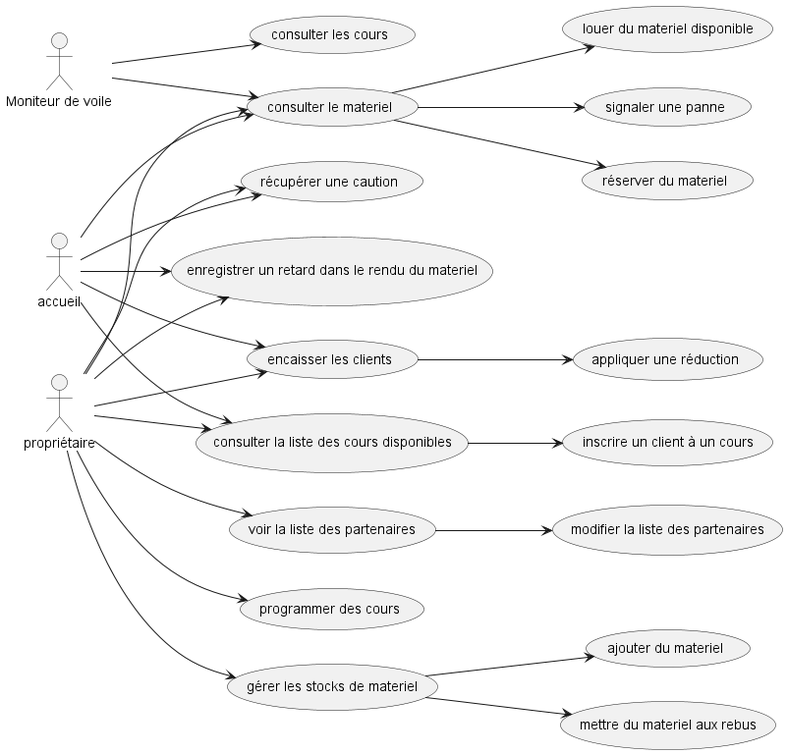
Egario54/ProjetClubNautique keeps this PlantUML diagram as UML/png/Diagramme_Use_Case.png. Above is the earlier version. Source of this version:
```plantuml
@startuml

left to right direction

:propriétaire: -down-> (consulter le materiel)
(voir la liste des partenaires) -down-> (modifier la liste des partenaires)
:propriétaire: -down-> (consulter la liste des cours disponibles)
:propriétaire: -down-> (encaisser les clients)
:propriétaire: -down-> (récupérer une caution)
:propriétaire: -down-> (enregistrer un retard dans le rendu du materiel)
:propriétaire: -down-> (voir la liste des partenaires)
:propriétaire: -down-> (programmer des cours)
:propriétaire: -down-> (gérer les stocks de materiel)
(gérer les stocks de materiel) -down-> (ajouter du materiel)
(gérer les stocks de materiel) -down-> (mettre du materiel aux rebus)

:accueil: -down-> (consulter la liste des cours disponibles)
(consulter la liste des cours disponibles) -down-> (inscrire un client à un cours)
:accueil: -down-> (récupérer une caution)
:accueil: -down-> (consulter le materiel)
(consulter le materiel) -down-> (louer du materiel disponible)
(consulter le materiel) -down-> (signaler une panne)
(consulter le materiel) -down-> (réserver du materiel)
:accueil: -down-> (enregistrer un retard dans le rendu du materiel)
:accueil: -down-> (encaisser les clients)
(encaisser les clients) -down-> (appliquer une réduction)

:Moniteur de voile: as moniteur

moniteur -down-> (consulter les cours)
moniteur -down-> (consulter le materiel)

@enduml
```
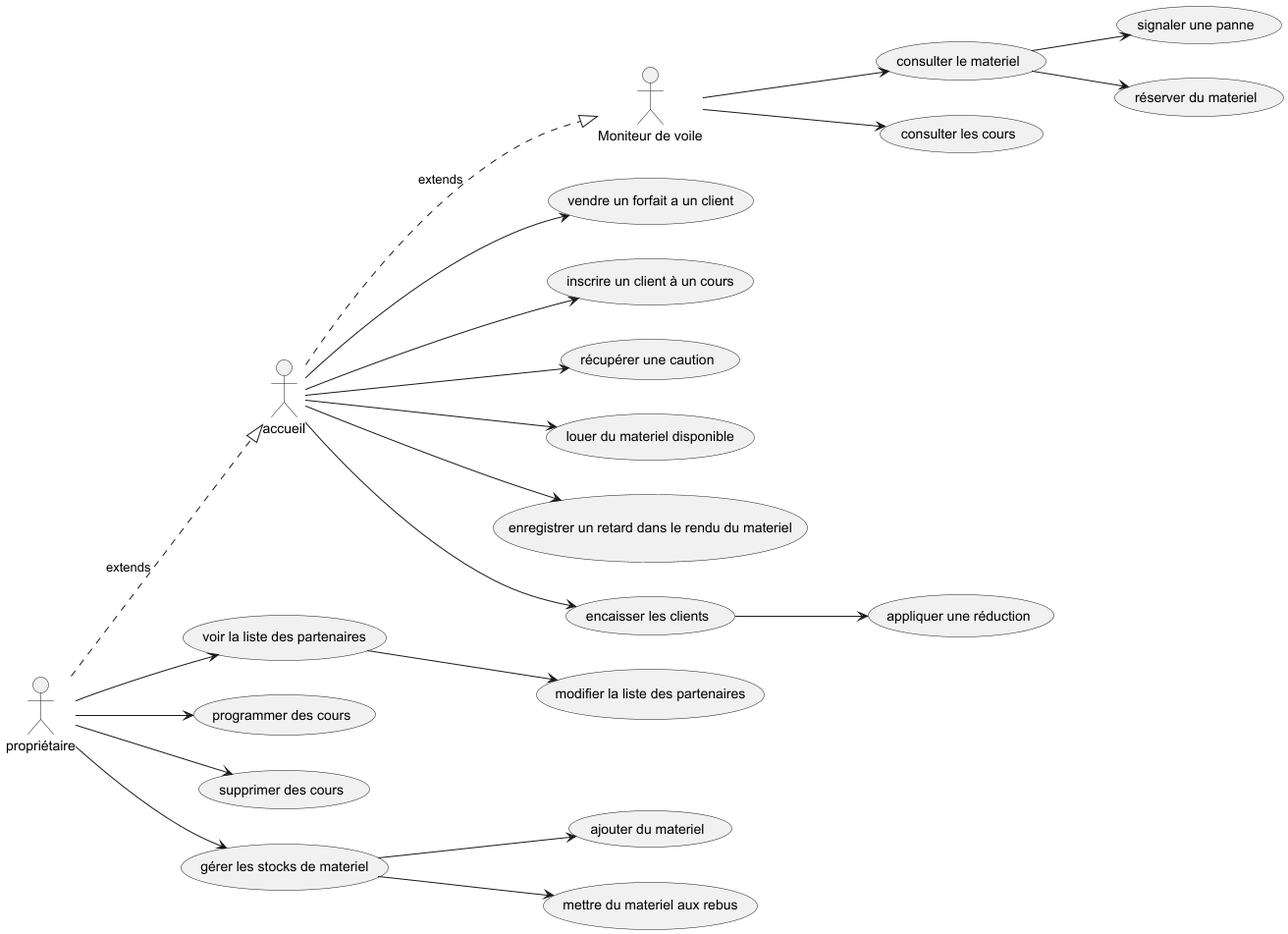
Above is the later version.

The edit, as a diff of the source:
```diff
@@ -2,23 +2,21 @@
 
 left to right direction
 
-:propriétaire: -down-> (consulter le materiel)
+:accueil: <|.up. :propriétaire: : extends
+:moniteur: <|.up. :accueil: : extends
+
 (voir la liste des partenaires) -down-> (modifier la liste des partenaires)
-:propriétaire: -down-> (consulter la liste des cours disponibles)
-:propriétaire: -down-> (encaisser les clients)
-:propriétaire: -down-> (récupérer une caution)
-:propriétaire: -down-> (enregistrer un retard dans le rendu du materiel)
 :propriétaire: -down-> (voir la liste des partenaires)
 :propriétaire: -down-> (programmer des cours)
+:propriétaire: -down-> (supprimer des cours)
 :propriétaire: -down-> (gérer les stocks de materiel)
 (gérer les stocks de materiel) -down-> (ajouter du materiel)
 (gérer les stocks de materiel) -down-> (mettre du materiel aux rebus)
 
-:accueil: -down-> (consulter la liste des cours disponibles)
-(consulter la liste des cours disponibles) -down-> (inscrire un client à un cours)
+:accueil: -down-> (vendre un forfait a un client)
+:accueil: -down-> (inscrire un client à un cours)
 :accueil: -down-> (récupérer une caution)
-:accueil: -down-> (consulter le materiel)
-(consulter le materiel) -down-> (louer du materiel disponible)
+:accueil: -down-> (louer du materiel disponible)
 (consulter le materiel) -down-> (signaler une panne)
 (consulter le materiel) -down-> (réserver du materiel)
 :accueil: -down-> (enregistrer un retard dans le rendu du materiel)
```
